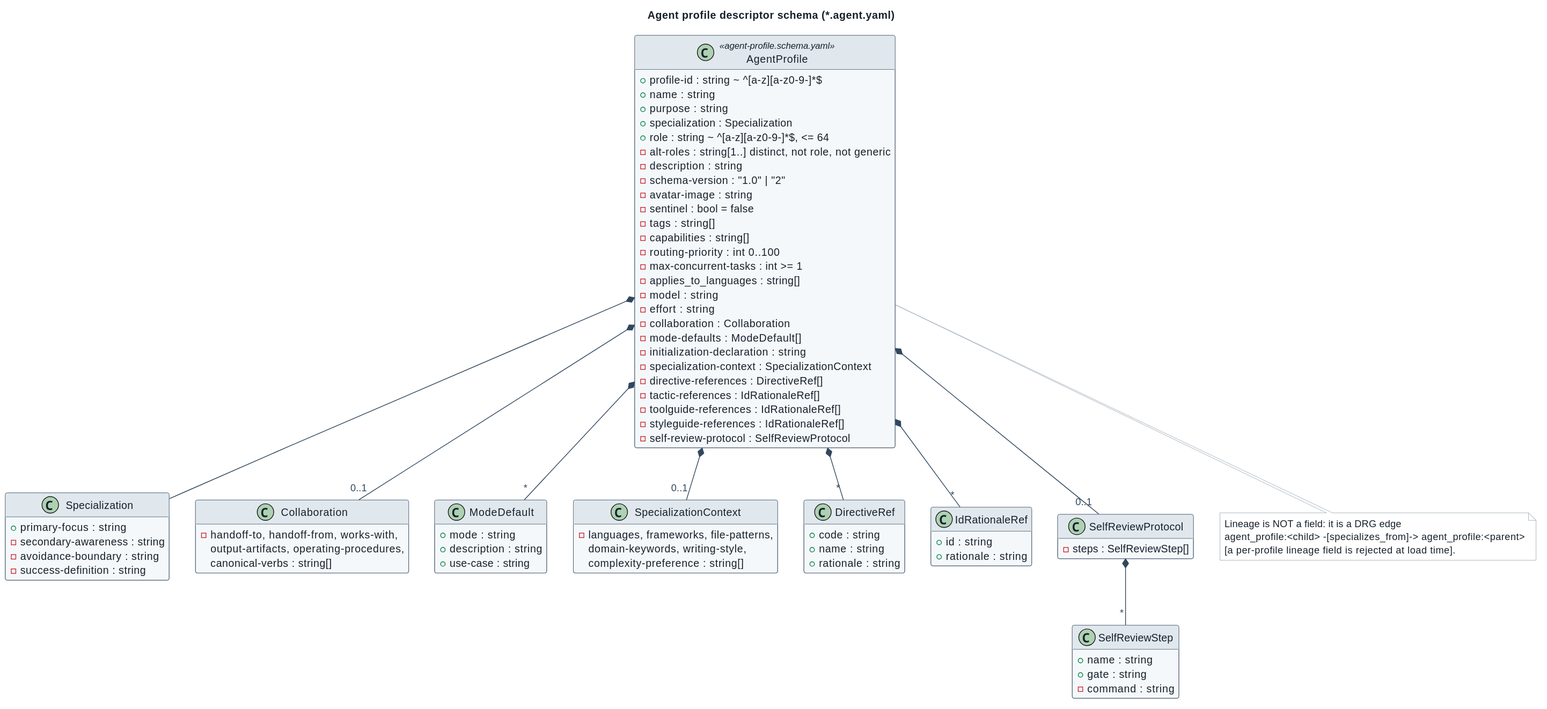
Before: docs/architecture/diagrams/descriptor-agent-profile.svg, a diagram exported from PlantUML (spec-kitty/spec-kitty-charter).
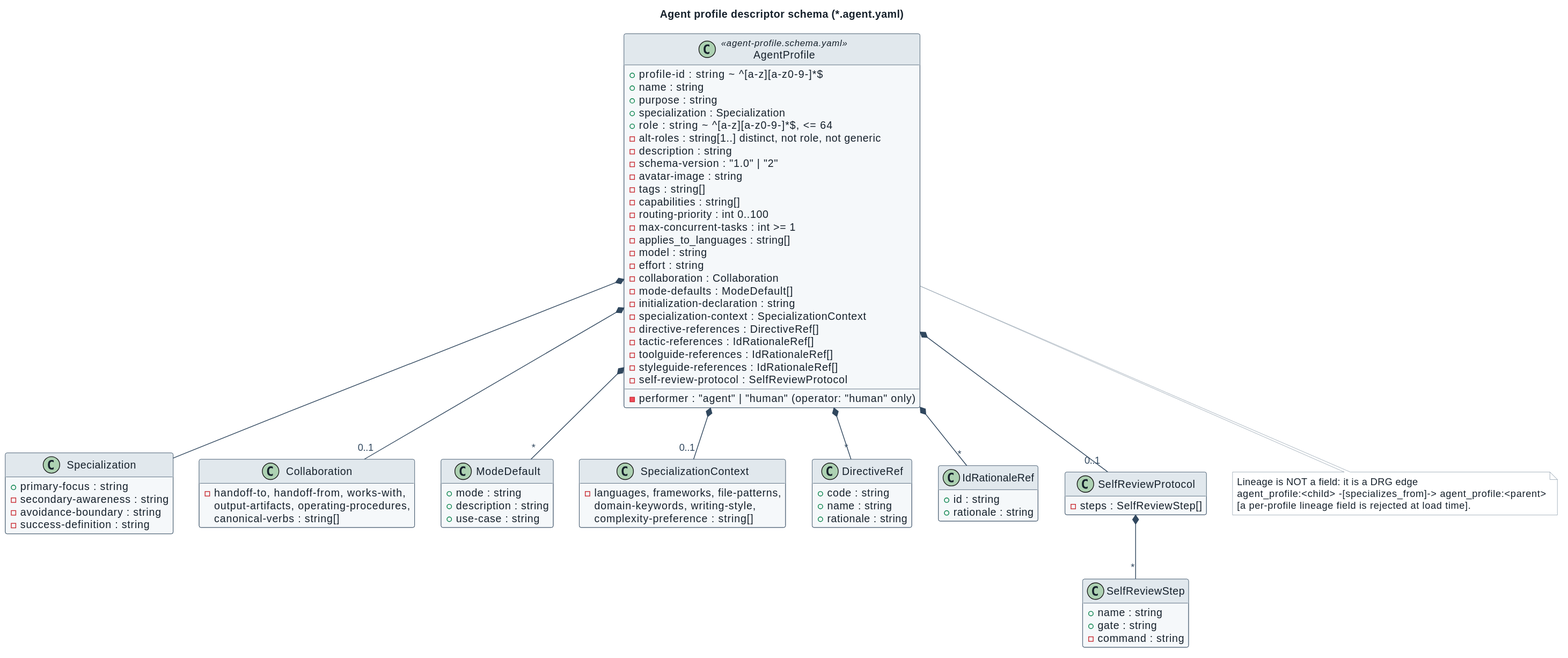
The same file after the commit.

Diff of the diagram source:
```diff
@@ -12,7 +12,7 @@
   - description : string
   - schema-version : "1.0" | "2"
   - avatar-image : string
-  - sentinel : bool = false
+  - performer : "agent" | "human" (operator: "human" only)
   - tags : string[]
   - capabilities : string[]
   - routing-priority : int 0..100
```
